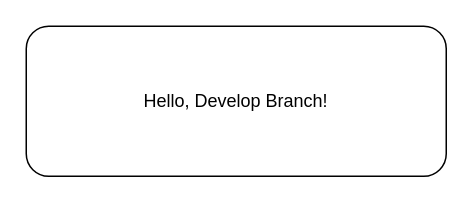
This is Untitled Diagram.drawio from adj7388/stuff-i-know, a draw.io file, before an edit. Source tidied: cells renumbered, new cells numbered last; positions are measured from the earlier drawing's top-left corner, leaving out a move shared by most shapes. Both pictures are drawn from the tidied source at 150%, with x=0, y=0 at pixel (26, 26).
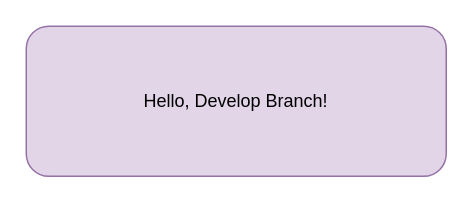
Above is the later version.

Commit message:
Changed box color

Diff of the diagram source:
```diff
@@
 <mxGraphModel>
   <root>
     <mxCell id="0" />
     <mxCell id="1" parent="0" />
-    <mxCell id="2" value="Hello, Develop Branch!" style="rounded=1;whiteSpace=wrap;html=1;" parent="1" vertex="1">
+    <mxCell id="2" value="Hello, Develop Branch!" style="rounded=1;whiteSpace=wrap;html=1;fillColor=#e1d5e7;strokeColor=#9673a6;" parent="1" vertex="1">
       <mxGeometry width="280" height="100" as="geometry" />
     </mxCell>
   </root>
 </mxGraphModel>
```
